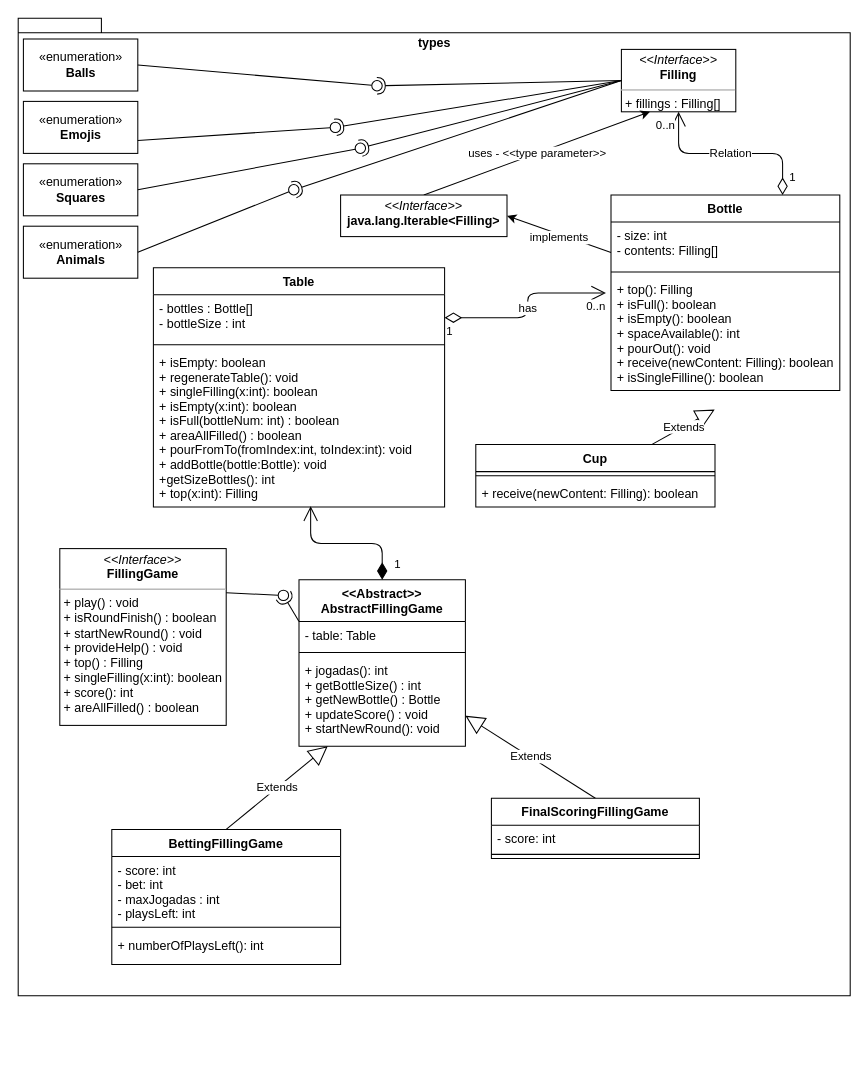
Above: classdiagram.drawio in locoop11/projeto_PCO (draw.io), before the change. Source tidied: cells renumbered, new cells numbered last; positions are measured from the earlier drawing's top-left corner, leaving out a move shared by most shapes. Both pictures are drawn from the tidied source at 104%, with x=0, y=0 at pixel (18, 18).
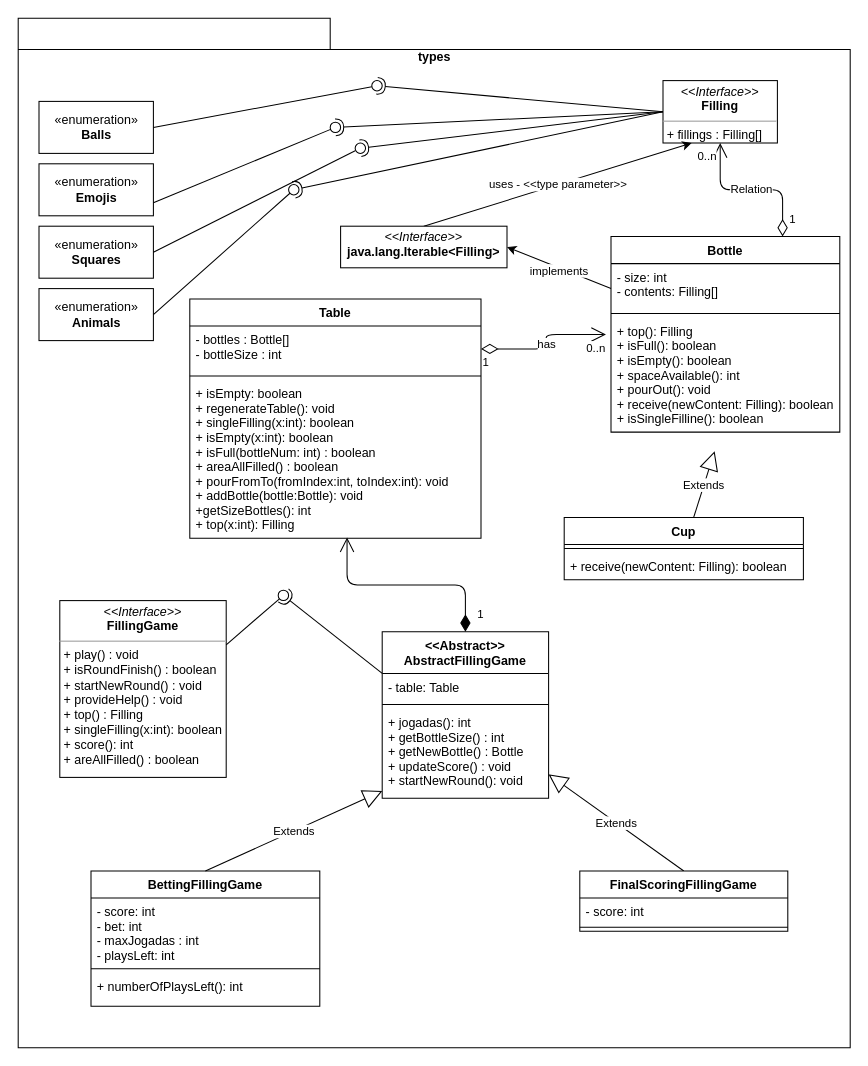
Above is the later version.

Commit message (it also covers changes not shown here):
Improved UML

Diff of the diagram source:
```diff
@@
-    <mxCell id="2" value="types" style="shape=folder;fontStyle=1;spacingTop=10;tabWidth=40;tabHeight=14;tabPosition=left;html=1;align=center;horizontal=1;verticalAlign=top;" parent="1" vertex="1">
-      <mxGeometry width="800" height="940" as="geometry" />
+    <mxCell id="2" value="&lt;br&gt;types" style="shape=folder;fontStyle=1;spacingTop=10;tabWidth=300;tabHeight=30;tabPosition=left;html=1;align=center;horizontal=1;verticalAlign=top;" parent="1" vertex="1">
+      <mxGeometry width="800" height="990" as="geometry" />
     </mxCell>
@@
     <mxCell id="5" value="Bottle" style="swimlane;fontStyle=1;align=center;verticalAlign=top;horizontal=1;startSize=26;" parent="1" vertex="1">
-      <mxGeometry x="570" y="170" width="220" height="188" as="geometry" />
+      <mxGeometry x="570" y="210" width="220" height="188" as="geometry" />
     </mxCell>
@@
     <mxCell id="9" value="&lt;p style=&quot;margin:0px;margin-top:4px;text-align:center;&quot;&gt;&lt;i&gt;&amp;lt;&amp;lt;Interface&amp;gt;&amp;gt;&lt;/i&gt;&lt;br&gt;&lt;b&gt;Filling&lt;/b&gt;&lt;/p&gt;&lt;hr size=&quot;1&quot;&gt;&lt;p style=&quot;margin:0px;margin-left:4px;&quot;&gt;+ fillings&lt;span style=&quot;background-color: initial;&quot;&gt;&amp;nbsp;: Filling[]&lt;/span&gt;&lt;br&gt;&lt;/p&gt;" style="verticalAlign=top;align=left;overflow=fill;fontSize=12;fontFamily=Helvetica;html=1;" parent="1" vertex="1">
-      <mxGeometry x="580" y="30" width="110" height="60" as="geometry" />
+      <mxGeometry x="620" y="60" width="110" height="60" as="geometry" />
     </mxCell>
     <mxCell id="10" value="«enumeration»&lt;br&gt;&lt;b&gt;Balls&lt;br&gt;&lt;/b&gt;" style="html=1;" parent="1" vertex="1">
-      <mxGeometry x="5" y="20" width="110" height="50" as="geometry" />
+      <mxGeometry x="20" y="80" width="110" height="50" as="geometry" />
     </mxCell>
     <mxCell id="11" value="«enumeration»&lt;br&gt;&lt;b&gt;Emojis&lt;br&gt;&lt;/b&gt;" style="html=1;" parent="1" vertex="1">
-      <mxGeometry x="5" y="80" width="110" height="50" as="geometry" />
+      <mxGeometry x="20" y="140" width="110" height="50" as="geometry" />
     </mxCell>
     <mxCell id="12" value="«enumeration»&lt;br&gt;&lt;b&gt;Squares&lt;br&gt;&lt;/b&gt;" style="html=1;" parent="1" vertex="1">
-      <mxGeometry x="5" y="140" width="110" height="50" as="geometry" />
+      <mxGeometry x="20" y="200" width="110" height="50" as="geometry" />
     </mxCell>
@@
     <mxCell id="22" value="«enumeration»&lt;br&gt;&lt;b&gt;Animals&lt;br&gt;&lt;/b&gt;" style="html=1;" parent="1" vertex="1">
-      <mxGeometry x="5" y="200" width="110" height="50" as="geometry" />
+      <mxGeometry x="20" y="260" width="110" height="50" as="geometry" />
     </mxCell>
@@
     <mxCell id="27" value="&lt;p style=&quot;margin:0px;margin-top:4px;text-align:center;&quot;&gt;&lt;i&gt;&amp;lt;&amp;lt;Interface&amp;gt;&amp;gt;&lt;/i&gt;&lt;br&gt;&lt;b&gt;java.lang.Iterable&amp;lt;Filling&amp;gt;&lt;/b&gt;&lt;/p&gt;" style="verticalAlign=top;align=left;overflow=fill;fontSize=12;fontFamily=Helvetica;html=1;" parent="1" vertex="1">
-      <mxGeometry x="310" y="170" width="160" height="40" as="geometry" />
+      <mxGeometry x="310" y="200" width="160" height="40" as="geometry" />
     </mxCell>
@@
     <mxCell id="29" value="Cup" style="swimlane;fontStyle=1;align=center;verticalAlign=top;horizontal=1;startSize=26;" parent="1" vertex="1">
-      <mxGeometry x="440" y="410" width="230" height="60" as="geometry" />
+      <mxGeometry x="525" y="480" width="230" height="60" as="geometry" />
     </mxCell>
@@
     <mxCell id="32" value="Table" style="swimlane;fontStyle=1;align=center;verticalAlign=top;horizontal=1;startSize=26;" parent="1" vertex="1">
-      <mxGeometry x="130" y="240" width="280" height="230" as="geometry" />
+      <mxGeometry x="165" y="270" width="280" height="230" as="geometry" />
     </mxCell>
@@
     <mxCell id="36" value="&lt;p style=&quot;margin:0px;margin-top:4px;text-align:center;&quot;&gt;&lt;i&gt;&amp;lt;&amp;lt;Interface&amp;gt;&amp;gt;&lt;/i&gt;&lt;br&gt;&lt;b&gt;FillingGame&lt;/b&gt;&lt;/p&gt;&lt;hr size=&quot;1&quot;&gt;&lt;p style=&quot;margin:0px;margin-left:4px;&quot;&gt;+ play() : void&lt;br&gt;+ isRoundFinish() : boolean&lt;/p&gt;&lt;p style=&quot;margin:0px;margin-left:4px;&quot;&gt;+ startNewRound() : void&lt;/p&gt;&lt;p style=&quot;margin:0px;margin-left:4px;&quot;&gt;+ provideHelp() : void&lt;/p&gt;&lt;p style=&quot;margin:0px;margin-left:4px;&quot;&gt;+ top() : Filling&lt;/p&gt;&lt;p style=&quot;margin:0px;margin-left:4px;&quot;&gt;+ singleFilling(x:int): boolean&lt;/p&gt;&lt;p style=&quot;margin:0px;margin-left:4px;&quot;&gt;+ score(): int&lt;/p&gt;&lt;p style=&quot;margin:0px;margin-left:4px;&quot;&gt;+ areAllFilled() : boolean&lt;/p&gt;" style="verticalAlign=top;align=left;overflow=fill;fontSize=12;fontFamily=Helvetica;html=1;" parent="1" vertex="1">
-      <mxGeometry x="40" y="510" width="160" height="170" as="geometry" />
+      <mxGeometry x="40" y="560" width="160" height="170" as="geometry" />
     </mxCell>
     <mxCell id="37" value="&lt;&lt;Abstract&gt;&gt;&#10;AbstractFillingGame" style="swimlane;fontStyle=1;align=center;verticalAlign=top;horizontal=1;startSize=40;" parent="1" vertex="1">
-      <mxGeometry x="270" y="540" width="160" height="160" as="geometry" />
+      <mxGeometry x="350" y="590" width="160" height="160" as="geometry" />
     </mxCell>
@@
     <mxCell id="52" value="FinalScoringFillingGame" style="swimlane;fontStyle=1;align=center;verticalAlign=top;horizontal=1;startSize=26;" parent="1" vertex="1">
-      <mxGeometry x="455" y="750" width="200" height="58" as="geometry" />
+      <mxGeometry x="540" y="820" width="200" height="58" as="geometry" />
     </mxCell>
@@
     <mxCell id="55" value="BettingFillingGame" style="swimlane;fontStyle=1;align=center;verticalAlign=top;horizontal=1;startSize=26;" parent="1" vertex="1">
-      <mxGeometry x="90" y="780" width="220" height="130" as="geometry" />
+      <mxGeometry x="70" y="820" width="220" height="130" as="geometry" />
     </mxCell>
```
